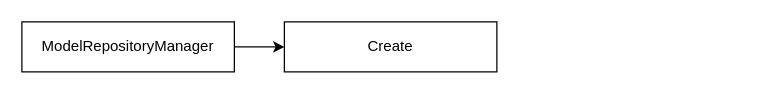
Earlier version of the draw.io diagram ModelRepositoryManager.drawio (xiazi-yu/triton-server-read). Source tidied: cells renumbered, new cells numbered last; positions are measured from the earlier drawing's top-left corner, leaving out a move shared by most shapes. Both pictures are drawn from the tidied source at 125%, with x=0, y=0 at pixel (21, 21).
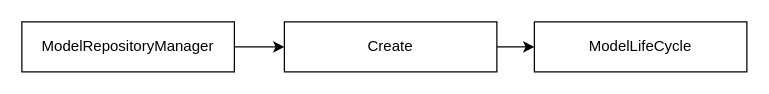
Above is the later version.

What changed in the source:
```diff
@@
 <mxGraphModel>
   <root>
     <mxCell id="0" />
     <mxCell id="1" parent="0" />
     <mxCell id="2" style="edgeStyle=orthogonalEdgeStyle;rounded=0;jettySize=auto;html=1;" parent="1" edge="1" source="3" target="4">
       <mxGeometry relative="1" as="geometry" />
     </mxCell>
     <mxCell id="3" value="&lt;div class=&quot;lake-content&quot;&gt;&lt;span style=&quot;color: var(--md-editor-text-color-active)&quot; class=&quot;ne-text&quot;&gt;ModelRepositoryManager&lt;/span&gt;&lt;/div&gt;" style="rounded=0;whiteSpace=wrap;html=1;" parent="1" vertex="1">
       <mxGeometry width="170" height="40" as="geometry" />
     </mxCell>
+    <mxCell id="5" style="edgeStyle=orthogonalEdgeStyle;rounded=0;jettySize=auto;html=1;" parent="1" edge="1" source="4" target="6">
+      <mxGeometry relative="1" as="geometry" />
+    </mxCell>
     <mxCell id="4" value="&lt;div class=&quot;lake-content&quot;&gt;&lt;span style=&quot;color: var(--md-editor-text-color-active)&quot; class=&quot;ne-text&quot;&gt;Create&lt;/span&gt;&lt;/div&gt;" style="rounded=0;whiteSpace=wrap;html=1;" parent="1" vertex="1">
       <mxGeometry x="210" width="170" height="40" as="geometry" />
     </mxCell>
+    <mxCell id="6" value="&lt;div class=&quot;lake-content&quot;&gt;&lt;span style=&quot;color: var(--md-editor-text-color-active)&quot; class=&quot;ne-text&quot;&gt;ModelLifeCycle&lt;/span&gt;&lt;/div&gt;" style="rounded=0;whiteSpace=wrap;html=1;" parent="1" vertex="1">
+      <mxGeometry x="410" width="170" height="40" as="geometry" />
+    </mxCell>
   </root>
 </mxGraphModel>
```
